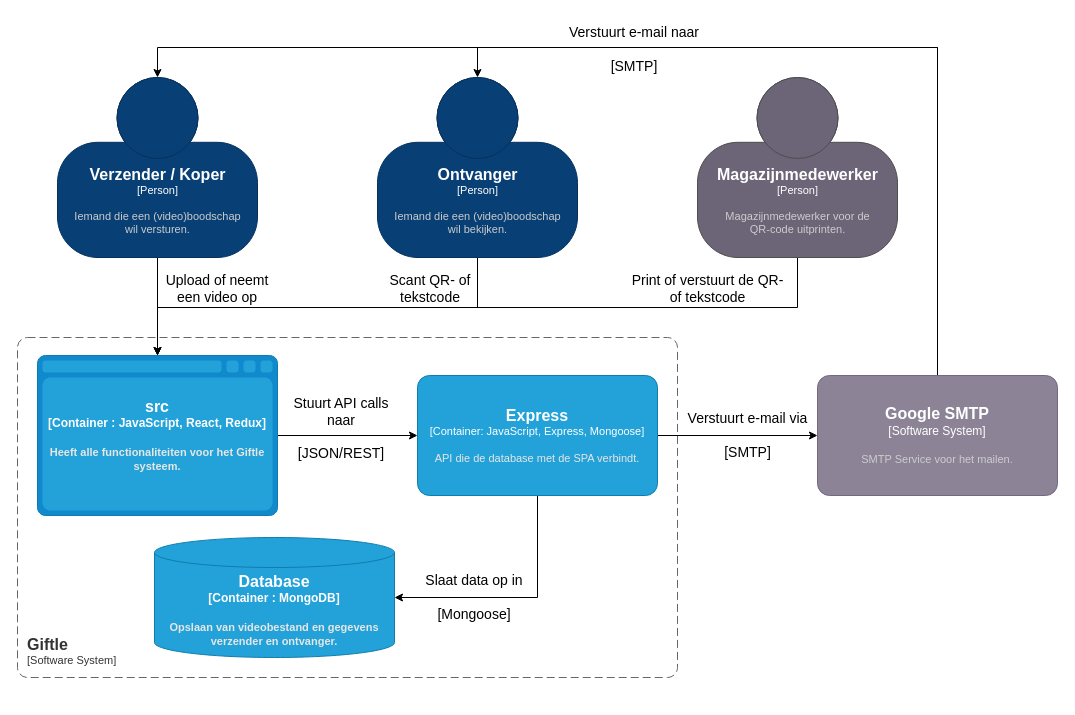
Before: koeskoes/3.Sprint2/Documentatie/Software Guidebook/assets/software_architecture/container_diagram.drawio in HANICA-DWA/sep2021-project-koeskoes, a draw.io diagram. Source tidied: cells renumbered, new cells numbered last; positions are measured from the earlier drawing's top-left corner, leaving out a move shared by most shapes. Both pictures are drawn from the tidied source at 100%, with x=0, y=0 at pixel (17, 17).
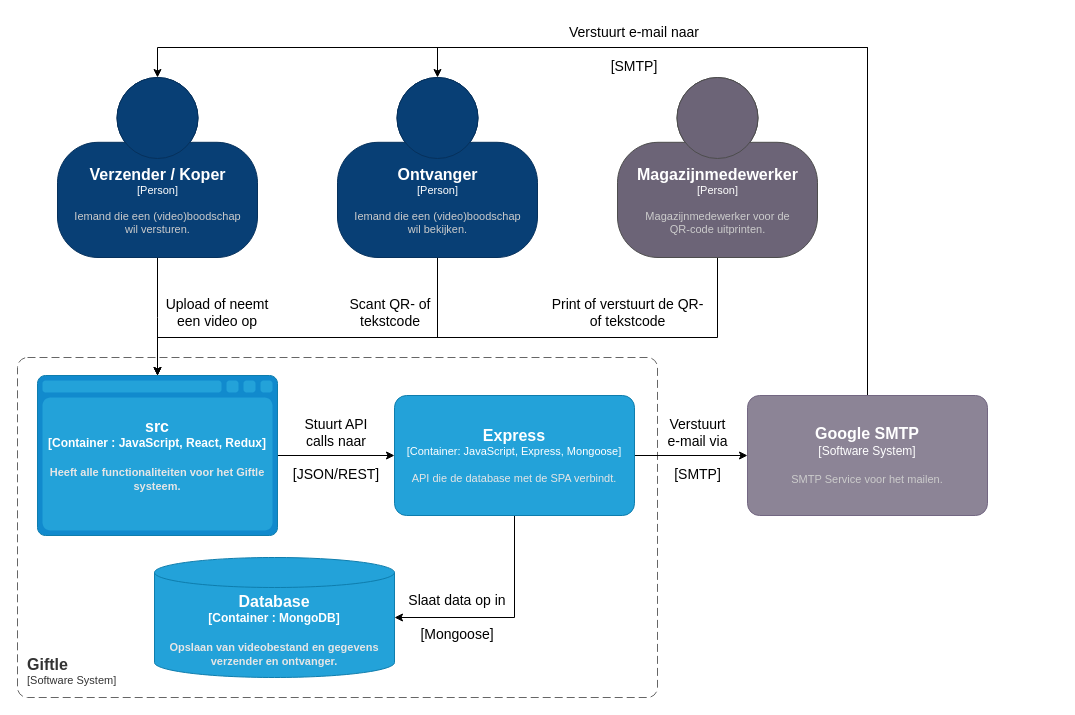
The same diagram, later.

Commit message (it also covers changes not shown here):
update container diagram

Unchanged cells that the change refers to:
```xml
<object id="3" label="&lt;font style=&quot;font-size: 16px&quot;&gt;&lt;b&gt;%c4Name%&lt;/b&gt;&lt;/font&gt;&lt;div&gt;[%c4Type%]&lt;/div&gt;&lt;br&gt;&lt;div&gt;&lt;font style=&quot;font-size: 11px&quot;&gt;&lt;font color=&quot;#cccccc&quot;&gt;%c4Description%&lt;/font&gt;&lt;/font&gt;&lt;/div&gt;" c4Description="Iemand die een (video)boodschap&#10;wil versturen." c4Name="Verzender / Koper" c4Type="Person" placeholders="1">
  <mxCell style="html=1;fontSize=11;dashed=0;whitespace=wrap;fillColor=#083F75;strokeColor=#06315C;fontColor=#ffffff;shape=mxgraph.c4.person2;align=center;points=[[0.5,0,0],[1,0.5,0],[1,0.75,0],[0.75,1,0],[0.5,1,0],[0.25,1,0],[0,0.75,0],[0,0.5,0]];fontFamily=Helvetica;" parent="1" vertex="1">
    <mxGeometry x="40" y="60" width="200" height="180" as="geometry" />
  </mxCell>
</object>
```

Change to the diagram source:
```diff
@@
     <mxCell id="4" style="edgeStyle=orthogonalEdgeStyle;rounded=0;jettySize=auto;html=1;exitX=0.5;exitY=1;exitDx=0;exitDy=0;exitPerimeter=0;fontFamily=Helvetica;fontSize=1;" parent="1" edge="1" source="5" target="13">
       <mxGeometry relative="1" as="geometry">
         <Array as="points">
-          <mxPoint x="780" y="290" />
-          <mxPoint x="140" y="290" />
+          <mxPoint x="700" y="320" />
+          <mxPoint x="140" y="320" />
         </Array>
       </mxGeometry>
     </mxCell>
     <object id="5" label="&lt;font style=&quot;font-size: 16px&quot;&gt;&lt;b&gt;%c4Name%&lt;/b&gt;&lt;/font&gt;&lt;div&gt;[%c4Type%]&lt;/div&gt;&lt;br&gt;&lt;div&gt;&lt;font style=&quot;font-size: 11px&quot;&gt;&lt;font color=&quot;#cccccc&quot;&gt;%c4Description%&lt;/font&gt;&lt;/font&gt;&lt;/div&gt;" c4Description="Magazijnmedewerker voor de&#10;QR-code uitprinten." c4Name="Magazijnmedewerker" c4Type="Person" placeholders="1">
       <mxCell style="html=1;fontSize=11;dashed=0;whitespace=wrap;fillColor=#6C6477;strokeColor=#4D4D4D;fontColor=#ffffff;shape=mxgraph.c4.person2;align=center;points=[[0.5,0,0],[1,0.5,0],[1,0.75,0],[0.75,1,0],[0.5,1,0],[0.25,1,0],[0,0.75,0],[0,0.5,0]];fontFamily=Helvetica;" parent="1" vertex="1">
-        <mxGeometry x="680" y="60" width="200" height="180" as="geometry" />
+        <mxGeometry x="600" y="60" width="200" height="180" as="geometry" />
       </mxCell>
     </object>
     <mxCell id="6" style="edgeStyle=orthogonalEdgeStyle;rounded=0;jettySize=auto;html=1;exitX=0.5;exitY=1;exitDx=0;exitDy=0;exitPerimeter=0;fontFamily=Helvetica;fontSize=1;" parent="1" edge="1" source="7" target="13">
       <mxGeometry relative="1" as="geometry">
         <Array as="points">
-          <mxPoint x="460" y="290" />
-          <mxPoint x="140" y="290" />
+          <mxPoint x="420" y="320" />
+          <mxPoint x="140" y="320" />
         </Array>
       </mxGeometry>
     </mxCell>
     <object id="7" label="&lt;font style=&quot;font-size: 16px&quot;&gt;&lt;b&gt;%c4Name%&lt;/b&gt;&lt;/font&gt;&lt;div&gt;[%c4Type%]&lt;/div&gt;&lt;br&gt;&lt;div&gt;&lt;font style=&quot;font-size: 11px&quot;&gt;&lt;font color=&quot;#cccccc&quot;&gt;%c4Description%&lt;/font&gt;&lt;/font&gt;&lt;/div&gt;" c4Description="Iemand die een (video)boodschap&#10;wil bekijken." c4Name="Ontvanger" c4Type="Person" placeholders="1">
       <mxCell style="html=1;fontSize=11;dashed=0;whitespace=wrap;fillColor=#083F75;strokeColor=#06315C;fontColor=#ffffff;shape=mxgraph.c4.person2;align=center;points=[[0.5,0,0],[1,0.5,0],[1,0.75,0],[0.75,1,0],[0.5,1,0],[0.25,1,0],[0,0.75,0],[0,0.5,0]];fontFamily=Helvetica;" parent="1" vertex="1">
-        <mxGeometry x="360" y="60" width="200" height="180" as="geometry" />
+        <mxGeometry x="320" y="60" width="200" height="180" as="geometry" />
       </mxCell>
     </object>
     <mxCell id="8" style="edgeStyle=orthogonalEdgeStyle;rounded=0;jettySize=auto;html=1;exitX=0.5;exitY=0;exitDx=0;exitDy=0;exitPerimeter=0;entryX=0.5;entryY=0;entryDx=0;entryDy=0;entryPerimeter=0;fontFamily=Helvetica;fontSize=1;" parent="1" edge="1" source="10" target="7">
       <mxGeometry relative="1" as="geometry">
         <Array as="points">
-          <mxPoint x="920" y="30" />
-          <mxPoint x="460" y="30" />
+          <mxPoint x="850" y="30" />
+          <mxPoint x="420" y="30" />
         </Array>
       </mxGeometry>
     </mxCell>
     <mxCell id="9" style="edgeStyle=orthogonalEdgeStyle;rounded=0;jettySize=auto;html=1;exitX=0.5;exitY=0;exitDx=0;exitDy=0;exitPerimeter=0;entryX=0.5;entryY=0;entryDx=0;entryDy=0;entryPerimeter=0;fontFamily=Helvetica;fontSize=1;" parent="1" edge="1" source="10" target="3">
       <mxGeometry relative="1" as="geometry">
         <Array as="points">
-          <mxPoint x="920" y="30" />
+          <mxPoint x="850" y="30" />
           <mxPoint x="140" y="30" />
         </Array>
       </mxGeometry>
     </mxCell>
     <object id="10" label="&lt;font style=&quot;font-size: 16px&quot;&gt;&lt;b&gt;%c4Name%&lt;/b&gt;&lt;/font&gt;&lt;div&gt;[%c4Type%]&lt;/div&gt;&lt;br&gt;&lt;div&gt;&lt;font style=&quot;font-size: 11px&quot;&gt;&lt;font color=&quot;#cccccc&quot;&gt;%c4Description%&lt;/font&gt;&lt;/font&gt;&lt;/div&gt;" c4Description="SMTP Service voor het mailen." c4Name="Google SMTP" c4Type="Software System" placeholders="1">
       <mxCell style="rounded=1;whiteSpace=wrap;html=1;labelBackgroundColor=none;fillColor=#8C8496;fontColor=#ffffff;align=center;arcSize=10;strokeColor=#736782;points=[[0.25,0,0],[0.5,0,0],[0.75,0,0],[1,0.25,0],[1,0.5,0],[1,0.75,0],[0.75,1,0],[0.5,1,0],[0.25,1,0],[0,0.75,0],[0,0.5,0],[0,0.25,0]];fontFamily=Helvetica;" parent="1" vertex="1">
-        <mxGeometry x="800" y="358" width="240" height="120" as="geometry" />
+        <mxGeometry x="730" y="378" width="240" height="120" as="geometry" />
       </mxCell>
     </object>
     <object id="11" label="&lt;font style=&quot;font-size: 16px&quot;&gt;&lt;b&gt;&lt;div style=&quot;text-align: left&quot;&gt;%c4Name%&lt;/div&gt;&lt;/b&gt;&lt;/font&gt;&lt;div style=&quot;text-align: left&quot;&gt;[%c4Application%]&lt;/div&gt;" c4Application="Software System" c4Name="Giftle" placeholders="1">
       <mxCell style="rounded=1;fontSize=11;whiteSpace=wrap;html=1;dashed=1;arcSize=20;fillColor=none;strokeColor=#666666;fontColor=#333333;labelBackgroundColor=none;align=left;verticalAlign=bottom;labelBorderColor=none;spacingTop=0;spacing=10;dashPattern=8 4;perimeter=rectanglePerimeter;noLabel=0;labelPadding=0;absoluteArcSize=1;fontFamily=Helvetica;" parent="1" vertex="1">
-        <mxGeometry y="320" width="660" height="340" as="geometry" />
+        <mxGeometry y="340" width="640" height="340" as="geometry" />
       </mxCell>
     </object>
@@
     <object id="13" label="&lt;font style=&quot;font-size: 16px&quot;&gt;&lt;b&gt;%c4Type%&lt;/b&gt;&lt;/font&gt;&lt;div&gt;&lt;b&gt;[%c4Container%:&amp;nbsp;%c4Technology%]&lt;/b&gt;&lt;/div&gt;&lt;b&gt;&lt;br&gt;&lt;div&gt;&lt;font style=&quot;font-size: 11px&quot;&gt;&lt;font color=&quot;#E6E6E6&quot;&gt;%c4Description%&lt;/font&gt;&lt;/font&gt;&lt;/div&gt;&lt;/b&gt;" c4Container="Container " c4Description="Heeft alle functionaliteiten voor het Giftle systeem." c4Technology="JavaScript, React, Redux" c4Type="src" placeholders="1">
       <mxCell style="shape=mxgraph.c4.webBrowserContainer;whiteSpace=wrap;html=1;boundedLbl=1;rounded=0;labelBackgroundColor=none;fillColor=#118ACD;fontSize=12;fontColor=#ffffff;align=center;strokeColor=#0E7DAD;points=[[0.5,0,0],[1,0.25,0],[1,0.5,0],[1,0.75,0],[0.5,1,0],[0,0.75,0],[0,0.5,0],[0,0.25,0]];fontFamily=Helvetica;" parent="1" vertex="1">
-        <mxGeometry x="20" y="338" width="240" height="160" as="geometry" />
+        <mxGeometry x="20" y="358" width="240" height="160" as="geometry" />
       </mxCell>
     </object>
     <object id="14" label="&lt;font style=&quot;font-size: 16px&quot;&gt;&lt;b&gt;%c4Type%&lt;/b&gt;&lt;/font&gt;&lt;div&gt;&lt;b&gt;[%c4Container%:&amp;nbsp;%c4Technology%]&lt;/b&gt;&lt;/div&gt;&lt;b&gt;&lt;br&gt;&lt;div&gt;&lt;font style=&quot;font-size: 11px&quot;&gt;&lt;font color=&quot;#E6E6E6&quot;&gt;%c4Description%&lt;/font&gt;&lt;/font&gt;&lt;/div&gt;&lt;/b&gt;" c4Container="Container " c4Description="Opslaan van videobestand en gegevens verzender en ontvanger." c4Technology="MongoDB" c4Type="Database" placeholders="1">
       <mxCell style="shape=cylinder3;size=15;whiteSpace=wrap;html=1;boundedLbl=1;rounded=0;labelBackgroundColor=none;fillColor=#23A2D9;fontSize=12;fontColor=#ffffff;align=center;strokeColor=#0E7DAD;points=[[0.5,0,0],[1,0.25,0],[1,0.5,0],[1,0.75,0],[0.5,1,0],[0,0.75,0],[0,0.5,0],[0,0.25,0]];fontFamily=Helvetica;" parent="1" vertex="1">
-        <mxGeometry x="137" y="520" width="240" height="120" as="geometry" />
+        <mxGeometry x="137" y="540" width="240" height="120" as="geometry" />
       </mxCell>
     </object>
@@
     <object id="17" label="&lt;font style=&quot;font-size: 16px&quot;&gt;&lt;b&gt;%c4Name%&lt;/b&gt;&lt;/font&gt;&lt;div&gt;[%c4Type%: %c4Technology%]&lt;/div&gt;&lt;br&gt;&lt;div&gt;&lt;font style=&quot;font-size: 11px&quot;&gt;&lt;font color=&quot;#E6E6E6&quot;&gt;%c4Description%&lt;/font&gt;&lt;/font&gt;&lt;/div&gt;" c4Description="API die de database met de SPA verbindt." c4Name="Express" c4Technology="JavaScript, Express, Mongoose" c4Type="Container" placeholders="1">
       <mxCell style="rounded=1;whiteSpace=wrap;html=1;fontSize=11;labelBackgroundColor=none;fillColor=#23A2D9;fontColor=#ffffff;align=center;arcSize=10;strokeColor=#0E7DAD;points=[[0.25,0,0],[0.5,0,0],[0.75,0,0],[1,0.25,0],[1,0.5,0],[1,0.75,0],[0.75,1,0],[0.5,1,0],[0.25,1,0],[0,0.75,0],[0,0.5,0],[0,0.25,0]];fontFamily=Helvetica;" parent="1" vertex="1">
-        <mxGeometry x="400" y="358" width="240" height="120" as="geometry" />
+        <mxGeometry x="377" y="378" width="240" height="120" as="geometry" />
       </mxCell>
     </object>
     <mxCell id="18" value="Upload of neemt een video op" style="text;html=1;strokeColor=none;fillColor=none;align=center;verticalAlign=middle;whiteSpace=wrap;rounded=0;fontFamily=Helvetica;fontSize=14;fontColor=#000000;" parent="1" vertex="1">
-      <mxGeometry x="137" y="256" width="126" height="30" as="geometry" />
+      <mxGeometry x="137" y="280" width="126" height="30" as="geometry" />
     </mxCell>
     <mxCell id="19" value="Scant QR- of tekstcode" style="text;html=1;strokeColor=none;fillColor=none;align=center;verticalAlign=middle;whiteSpace=wrap;rounded=0;fontFamily=Helvetica;fontSize=14;fontColor=#000000;" parent="1" vertex="1">
-      <mxGeometry x="350" y="256" width="126" height="30" as="geometry" />
+      <mxGeometry x="310" y="280" width="126" height="30" as="geometry" />
     </mxCell>
     <mxCell id="20" value="Print of verstuurt de QR- of tekstcode" style="text;html=1;strokeColor=none;fillColor=none;align=center;verticalAlign=middle;whiteSpace=wrap;rounded=0;fontFamily=Helvetica;fontSize=14;fontColor=#000000;" parent="1" vertex="1">
-      <mxGeometry x="610" y="256" width="161" height="30" as="geometry" />
+      <mxGeometry x="530" y="280" width="161" height="30" as="geometry" />
     </mxCell>
-    <mxCell id="21" value="Verstuurt e-mail via&lt;br&gt;&lt;br&gt;[SMTP]" style="text;html=1;strokeColor=none;fillColor=none;align=center;verticalAlign=middle;whiteSpace=wrap;rounded=0;fontFamily=Helvetica;fontSize=14;fontColor=#000000;" parent="1" vertex="1">
-      <mxGeometry x="650" y="403" width="161" height="30" as="geometry" />
+    <mxCell id="21" value="Verstuurt&lt;br&gt;e-mail via&lt;br&gt;&lt;br&gt;[SMTP]" style="text;html=1;strokeColor=none;fillColor=none;align=center;verticalAlign=middle;whiteSpace=wrap;rounded=0;fontFamily=Helvetica;fontSize=14;fontColor=#000000;" parent="1" vertex="1">
+      <mxGeometry x="600" y="417" width="161" height="30" as="geometry" />
     </mxCell>
-    <mxCell id="22" value="Stuurt API calls naar&lt;br&gt;&lt;br&gt;[JSON/REST]" style="text;html=1;strokeColor=none;fillColor=none;align=center;verticalAlign=middle;whiteSpace=wrap;rounded=0;fontFamily=Helvetica;fontSize=14;fontColor=#000000;" parent="1" vertex="1">
-      <mxGeometry x="260" y="382" width="128" height="58" as="geometry" />
+    <mxCell id="22" value="Stuurt API&lt;br&gt;calls naar&lt;br&gt;&lt;br&gt;[JSON/REST]" style="text;html=1;strokeColor=none;fillColor=none;align=center;verticalAlign=middle;whiteSpace=wrap;rounded=0;fontFamily=Helvetica;fontSize=14;fontColor=#000000;" parent="1" vertex="1">
+      <mxGeometry x="255" y="403" width="128" height="58" as="geometry" />
     </mxCell>
     <mxCell id="23" value="Slaat data op in&lt;br&gt;&lt;br&gt;[Mongoose]" style="text;html=1;strokeColor=none;fillColor=none;align=center;verticalAlign=middle;whiteSpace=wrap;rounded=0;fontFamily=Helvetica;fontSize=14;fontColor=#000000;" parent="1" vertex="1">
-      <mxGeometry x="394" y="565" width="126" height="30" as="geometry" />
+      <mxGeometry x="377" y="585" width="126" height="30" as="geometry" />
     </mxCell>
```
